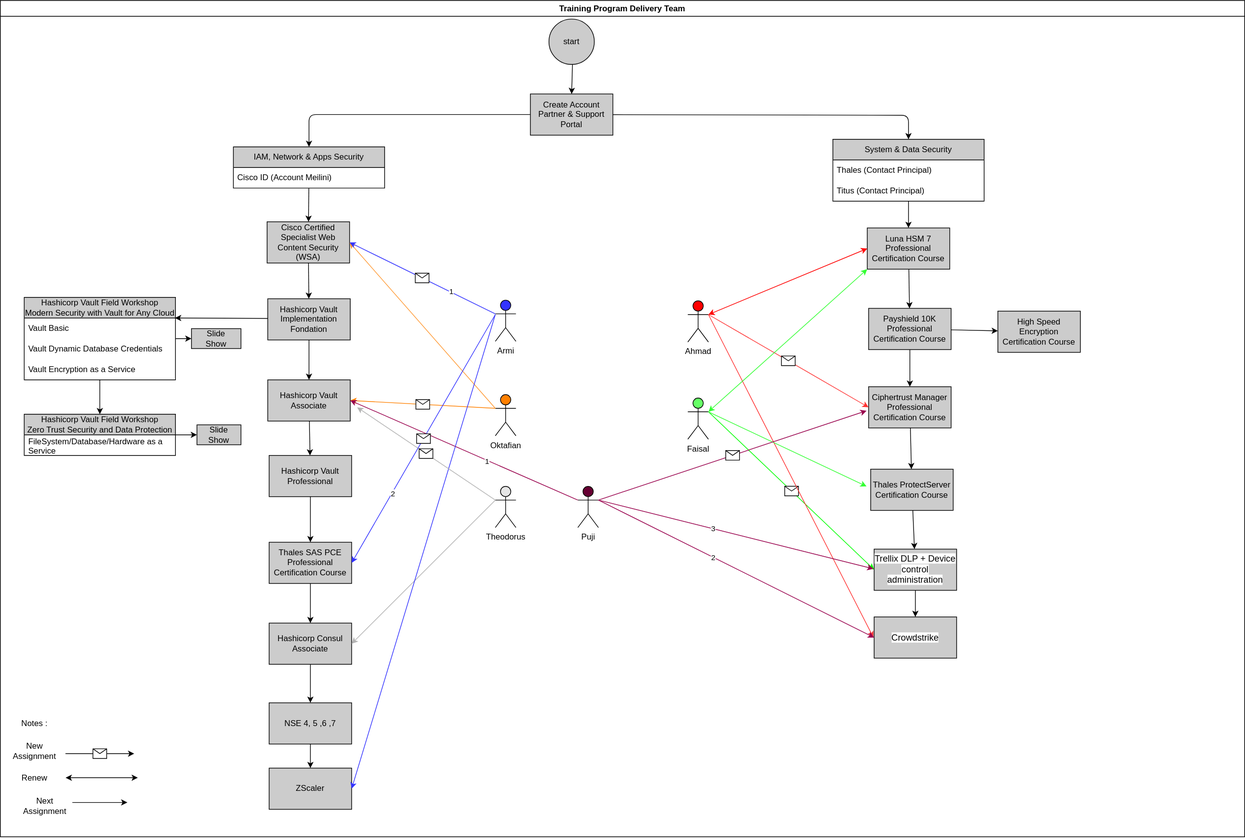
Earlier version of the draw.io export Reference/Training_Program_Delivery_Team.drawio.svg (pujiriawan/Publish_Progress_Training). Source tidied: cells renumbered, new cells last; positions are measured from the earlier drawing's top-left corner, leaving out a move shared by most shapes.
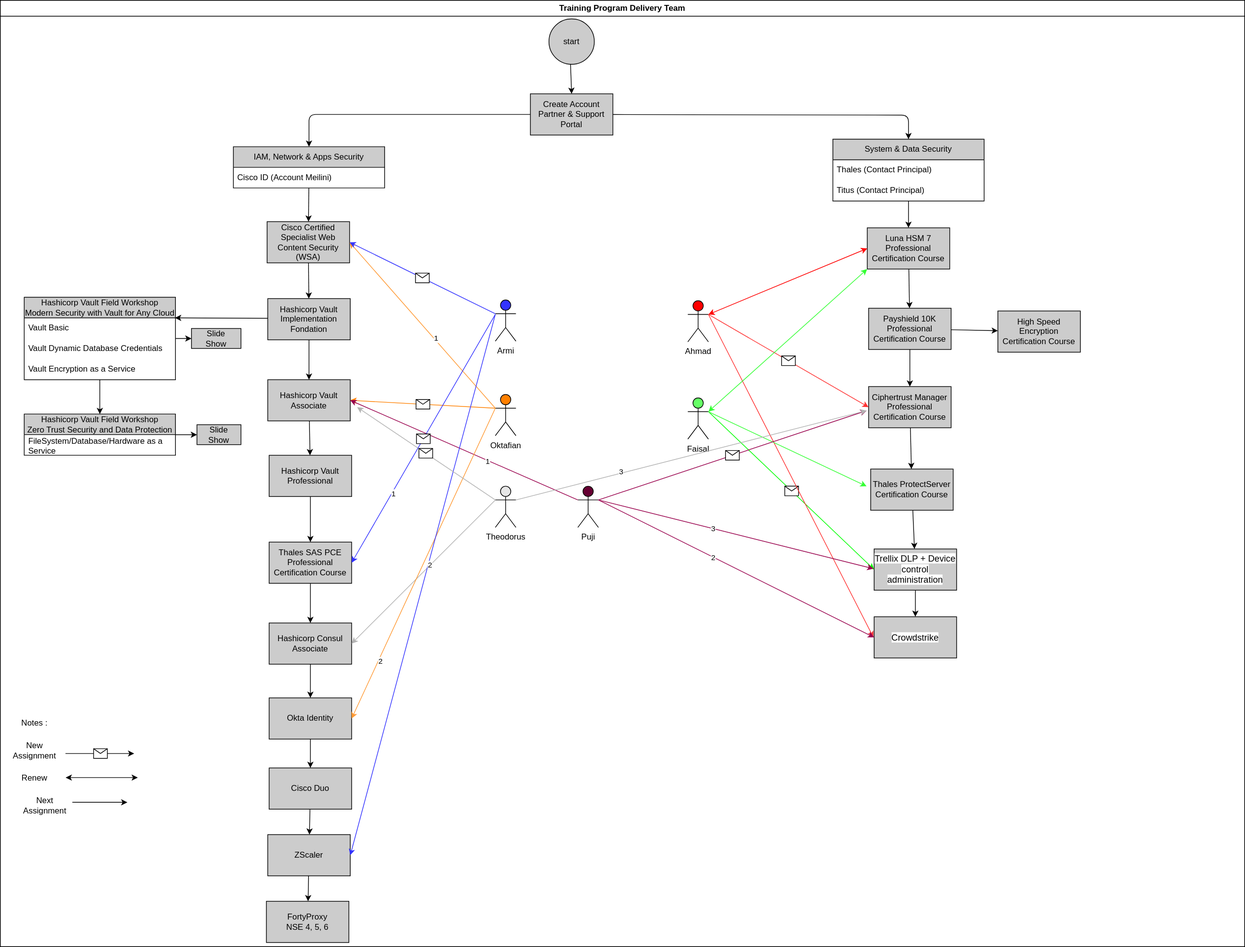
The same diagram one commit later.

Commit message:
update PoC follow by team

Change to the diagram source:
```diff
@@ -3,7 +3,7 @@
     <mxCell id="0" />
     <mxCell id="1" parent="0" />
     <mxCell id="2" value="Training Program Delivery Team" style="swimlane;whiteSpace=wrap;html=1;fillColor=none;" parent="1" vertex="1">
-      <mxGeometry width="1810" height="1217" as="geometry" />
+      <mxGeometry width="1810" height="1377" as="geometry" />
     </mxCell>
     <mxCell id="3" style="edgeStyle=none;html=1;" parent="2" edge="1" source="4" target="7">
       <mxGeometry relative="1" as="geometry" />
@@ -235,6 +235,9 @@
     <mxCell id="69" style="endArrow=classic;html=1;exitX=0;exitY=0.3333333333333333;exitDx=0;exitDy=0;exitPerimeter=0;entryX=1;entryY=0.5;entryDx=0;entryDy=0;strokeColor=#FF9933;" parent="2" edge="1" source="58" target="31">
       <mxGeometry relative="1" as="geometry" />
     </mxCell>
+    <mxCell id="72" value="1" style="edgeLabel;html=1;align=center;verticalAlign=middle;" parent="69" vertex="1">
+      <mxGeometry x="-0.16" y="-2" relative="1" as="geometry" />
+    </mxCell>
     <mxCell id="70" style="endArrow=classic;html=1;exitX=0;exitY=0.3333333333333333;exitDx=0;exitDy=0;exitPerimeter=0;entryX=1;entryY=0.5;entryDx=0;entryDy=0;strokeColor=#3333FF;" parent="2" edge="1" source="57" target="31">
       <mxGeometry relative="1" as="geometry" />
     </mxCell>
@@ -243,14 +246,11 @@
         <mxPoint x="-10" y="-7" as="offset" />
       </mxGeometry>
     </mxCell>
-    <mxCell id="72" value="1" style="edgeLabel;html=1;align=center;verticalAlign=middle;" parent="70" vertex="1">
-      <mxGeometry x="-0.39" y="-1" relative="1" as="geometry" />
-    </mxCell>
-    <mxCell id="73" style="edgeStyle=none;html=1;strokeColor=#000000;" parent="2" edge="1" source="74" target="77">
-      <mxGeometry relative="1" as="geometry" />
-    </mxCell>
+    <mxCell id="98" style="edgeStyle=none;html=1;strokeColor=#000000;fillColor=#99004D;" parent="2" edge="1" source="74" target="104">
+      <mxGeometry relative="1" as="geometry" />
+    </mxCell>
-    <mxCell id="74" value="NSE 4, 5 ,6 ,7" style="whiteSpace=wrap;html=1;fillColor=#CCCCCC;" parent="2" vertex="1">
-      <mxGeometry x="391" y="1022" width="120" height="60" as="geometry" />
+    <mxCell id="74" value="Okta Identity" style="whiteSpace=wrap;html=1;fillColor=#CCCCCC;" parent="2" vertex="1">
+      <mxGeometry x="391" y="1015" width="120" height="60" as="geometry" />
     </mxCell>
     <mxCell id="75" style="endArrow=classic;html=1;entryX=1;entryY=0.5;entryDx=0;entryDy=0;exitX=0;exitY=0.3333333333333333;exitDx=0;exitDy=0;exitPerimeter=0;strokeColor=#B3B3B3;" parent="2" edge="1" source="59" target="39">
       <mxGeometry relative="1" as="geometry" />
@@ -258,8 +258,11 @@
     <mxCell id="76" value="&lt;span style=&quot;font-family: Arial, Helvetica, sans-serif; font-size: small; text-align: start; background-color: rgb(255, 255, 255);&quot;&gt;Crowdstrike&lt;/span&gt;" style="whiteSpace=wrap;html=1;fillColor=#CCCCCC;" parent="2" vertex="1">
       <mxGeometry x="1271" y="897" width="120" height="60" as="geometry" />
     </mxCell>
+    <mxCell id="99" style="edgeStyle=none;html=1;strokeColor=#000000;fillColor=#99004D;" parent="2" edge="1" source="77" target="100">
+      <mxGeometry relative="1" as="geometry" />
+    </mxCell>
     <mxCell id="77" value="ZScaler" style="whiteSpace=wrap;html=1;fillColor=#CCCCCC;" parent="2" vertex="1">
-      <mxGeometry x="391" y="1117" width="120" height="60" as="geometry" />
+      <mxGeometry x="389" y="1214" width="120" height="60" as="geometry" />
     </mxCell>
     <mxCell id="78" value="Puji" style="shape=umlActor;verticalLabelPosition=bottom;verticalAlign=top;html=1;outlineConnect=0;fillColor=#660033;" parent="2" vertex="1">
       <mxGeometry x="840" y="707" width="30" height="60" as="geometry" />
@@ -276,6 +279,21 @@
     <mxCell id="82" value="1" style="edgeLabel;html=1;align=center;verticalAlign=middle;" parent="81" vertex="1">
       <mxGeometry x="-0.2" y="1" relative="1" as="geometry" />
     </mxCell>
+    <mxCell id="100" value="FortyProxy&lt;br&gt;NSE 4, 5, 6" style="whiteSpace=wrap;html=1;fillColor=#CCCCCC;" parent="2" vertex="1">
+      <mxGeometry x="387" y="1311" width="120" height="60" as="geometry" />
+    </mxCell>
+    <mxCell id="101" style="endArrow=classic;html=1;entryX=1;entryY=0.5;entryDx=0;entryDy=0;strokeColor=#FF9933;exitX=0;exitY=0.3333333333333333;exitDx=0;exitDy=0;exitPerimeter=0;" parent="2" edge="1" source="58" target="74">
+      <mxGeometry relative="1" as="geometry" />
+    </mxCell>
+    <mxCell id="102" value="2" style="edgeLabel;html=1;align=center;verticalAlign=middle;" parent="101" vertex="1">
+      <mxGeometry x="0.62" y="2" relative="1" as="geometry" />
+    </mxCell>
+    <mxCell id="103" style="edgeStyle=none;html=1;strokeColor=#000000;fillColor=#99004D;" parent="2" edge="1" source="104" target="77">
+      <mxGeometry relative="1" as="geometry" />
+    </mxCell>
+    <mxCell id="104" value="Cisco Duo" style="whiteSpace=wrap;html=1;fillColor=#CCCCCC;" parent="2" vertex="1">
+      <mxGeometry x="391" y="1117" width="120" height="60" as="geometry" />
+    </mxCell>
     <mxCell id="83" value="Slide &lt;br&gt;Show" style="whiteSpace=wrap;html=1;fillColor=#CCCCCC;" parent="1" vertex="1">
       <mxGeometry x="278" y="477.5" width="72" height="29" as="geometry" />
     </mxCell>
@@ -298,6 +316,11 @@
         <mxPoint x="720" y="457" as="sourcePoint" />
       </mxGeometry>
     </mxCell>
+    <mxCell id="105" value="2" style="edgeLabel;html=1;align=center;verticalAlign=middle;" parent="88" vertex="1">
+      <mxGeometry x="-0.08" y="3" relative="1" as="geometry">
+        <mxPoint x="-1" as="offset" />
+      </mxGeometry>
+    </mxCell>
     <mxCell id="89" style="endArrow=classic;html=1;exitX=0;exitY=0.3333333333333333;exitDx=0;exitDy=0;exitPerimeter=0;entryX=1;entryY=0.5;entryDx=0;entryDy=0;strokeColor=#B3B3B3;" parent="1" edge="1" source="59">
       <mxGeometry relative="1" as="geometry">
         <mxPoint x="519" y="592" as="targetPoint" />
@@ -337,8 +360,16 @@
         <mxPoint x="-10" y="-7" as="offset" />
       </mxGeometry>
     </mxCell>
-    <mxCell id="97" value="2" style="edgeLabel;html=1;align=center;verticalAlign=middle;" parent="95" vertex="1">
+    <mxCell id="97" value="1" style="edgeLabel;html=1;align=center;verticalAlign=middle;" parent="95" vertex="1">
       <mxGeometry x="0.44" y="1" relative="1" as="geometry" />
     </mxCell>
+    <mxCell id="106" style="endArrow=classic;html=1;exitX=1;exitY=0.3333333333333333;exitDx=0;exitDy=0;exitPerimeter=0;strokeColor=#B3B3B3;" parent="1" edge="1" source="59">
+      <mxGeometry relative="1" as="geometry">
+        <mxPoint x="1260" y="597" as="targetPoint" />
+      </mxGeometry>
+    </mxCell>
+    <mxCell id="107" value="3" style="edgeLabel;html=1;align=center;verticalAlign=middle;" parent="106" vertex="1">
+      <mxGeometry x="-0.4" y="3" relative="1" as="geometry" />
+    </mxCell>
   </root>
 </mxGraphModel>
```
